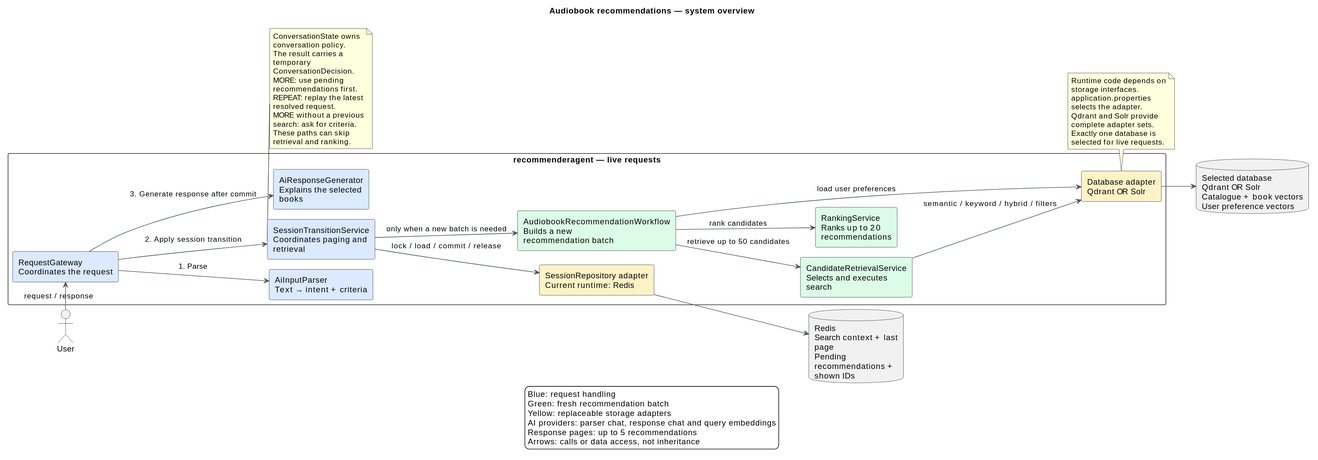
The PlantUML diagram docs/diagrams/system-overview.svg in Juliu9/IT-Project, before a commit.
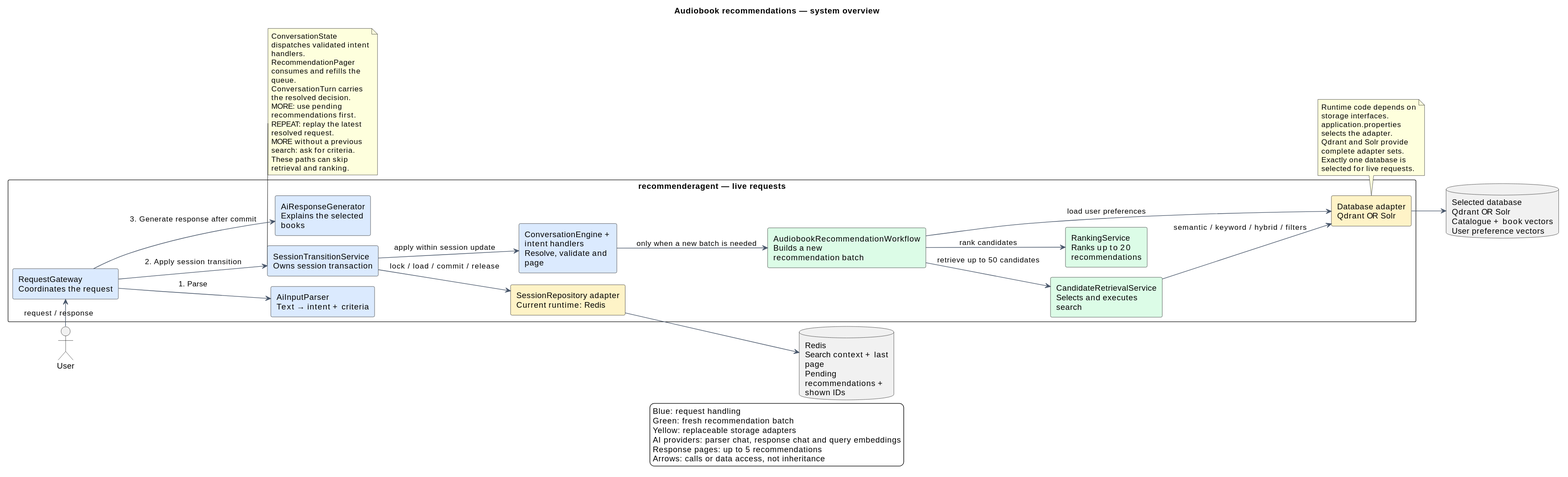
Later version of the same file.

The edit, as a diff of the source:
```diff
@@ -14,7 +14,8 @@
 package "recommenderagent — live requests" {
   component "RequestGateway\nCoordinates the request" as Gateway #DBEAFE
   component "AiInputParser\nText → intent + criteria" as Parser #DBEAFE
-  component "SessionTransitionService\nCoordinates paging and retrieval" as Session #DBEAFE
+  component "SessionTransitionService\nOwns session transaction" as Session #DBEAFE
+  component "ConversationEngine + intent handlers\nResolve, validate and page" as Engine #DBEAFE
   component "AudiobookRecommendationWorkflow\nBuilds a new recommendation batch" as Workflow #DCFCE7
   component "CandidateRetrievalService\nSelects and executes search" as Retrieval #DCFCE7
   component "RankingService\nRanks up to 20 recommendations" as Ranking #DCFCE7
@@ -30,7 +31,8 @@
 Gateway --> Session : 2. Apply session transition
 Session --> SessionStore : lock / load / commit / release
 SessionStore --> Redis
-Session --> Workflow : only when a new batch is needed
+Session --> Engine : apply within session update
+Engine --> Workflow : only when a new batch is needed
 Workflow --> Adapter : load user preferences
 Workflow --> Retrieval : retrieve up to 50 candidates
 Retrieval --> Adapter : semantic / keyword / hybrid / filters
@@ -39,8 +41,9 @@
 Gateway --> Response : 3. Generate response after commit
 
 note bottom of Session
-  ConversationState owns conversation policy.
-  The result carries a temporary ConversationDecision.
+  ConversationState dispatches validated intent handlers.
+  RecommendationPager consumes and refills the queue.
+  ConversationTurn carries the resolved decision.
   MORE: use pending recommendations first.
   REPEAT: replay the latest resolved request.
   MORE without a previous search: ask for criteria.
```
